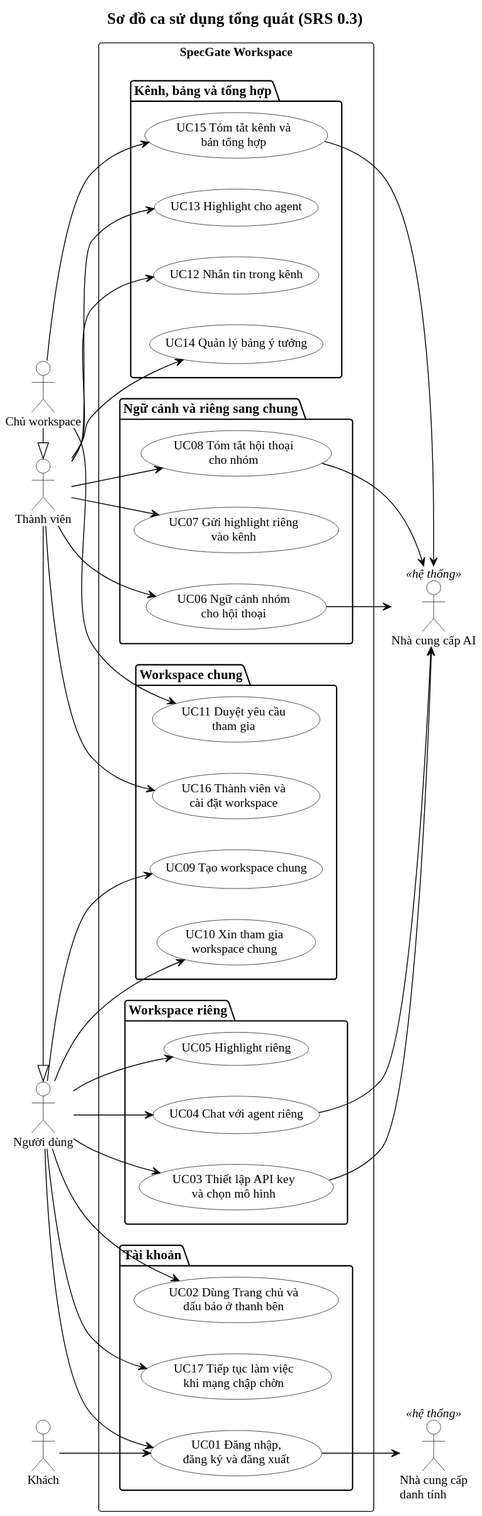
Above: uml/img/uc-00-overview.svg in Jin2509/Specgate_BlackBoard (PlantUML), before the change.
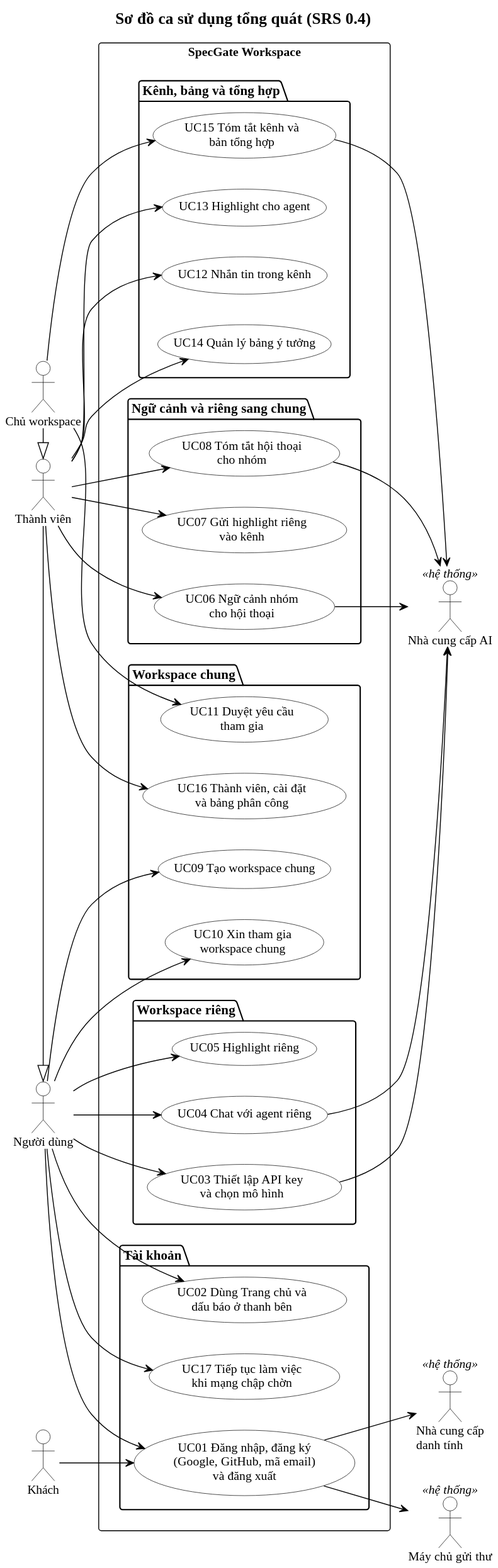
After the commit.

What changed in the source:
```diff
@@ -1,6 +1,6 @@
 @startuml
 !include ../_style.iuml
-title Sơ đồ ca sử dụng tổng quát (SRS 0.3)
+title Sơ đồ ca sử dụng tổng quát (SRS 0.4)
 left to right direction
 
 actor "Khách" as Guest
@@ -9,13 +9,14 @@
 actor "Chủ workspace" as Owner
 actor "Nhà cung cấp\ndanh tính" as Idp <<hệ thống>>
 actor "Nhà cung cấp AI" as Ai <<hệ thống>>
+actor "Máy chủ gửi thư" as Mail <<hệ thống>>
 
 Member -|> User
 Owner -|> Member
 
 rectangle "SpecGate Workspace" {
   package "Tài khoản" {
-    usecase "UC01 Đăng nhập,\nđăng ký và đăng xuất" as UC01
+    usecase "UC01 Đăng nhập, đăng ký\n(Google, GitHub, mã email)\nvà đăng xuất" as UC01
     usecase "UC02 Dùng Trang chủ và\ndấu báo ở thanh bên" as UC02
     usecase "UC17 Tiếp tục làm việc\nkhi mạng chập chờn" as UC17
   }
@@ -33,7 +34,7 @@
     usecase "UC09 Tạo workspace chung" as UC09
     usecase "UC10 Xin tham gia\nworkspace chung" as UC10
     usecase "UC11 Duyệt yêu cầu\ntham gia" as UC11
-    usecase "UC16 Thành viên và\ncài đặt workspace" as UC16
+    usecase "UC16 Thành viên, cài đặt\nvà bảng phân công" as UC16
   }
   package "Kênh, bảng và tổng hợp" {
     usecase "UC12 Nhắn tin trong kênh" as UC12
@@ -63,6 +64,7 @@
 Owner --> UC15
 
 UC01 --> Idp
+UC01 --> Mail
 UC03 --> Ai
 UC04 --> Ai
 UC06 --> Ai
```
